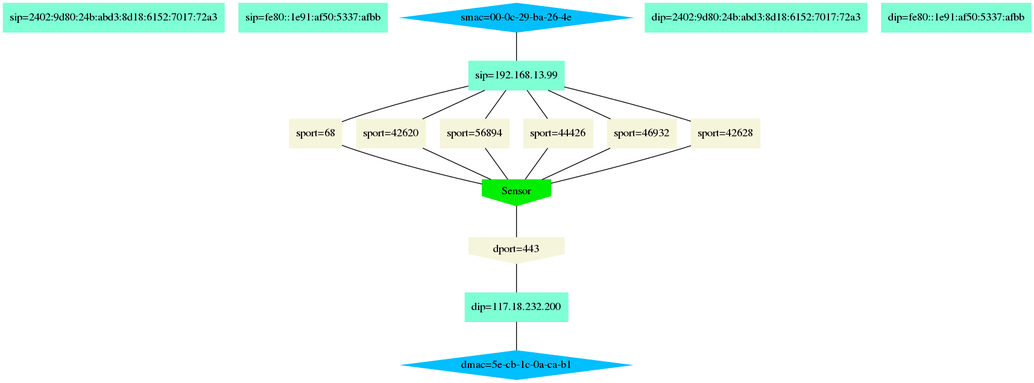
This is static/img/ingraphic.png from HuynhLeHoang/DoAn, a Graphviz export, as it was before one commit. Its source is kept beside it as static/img/ingraphic.gv.
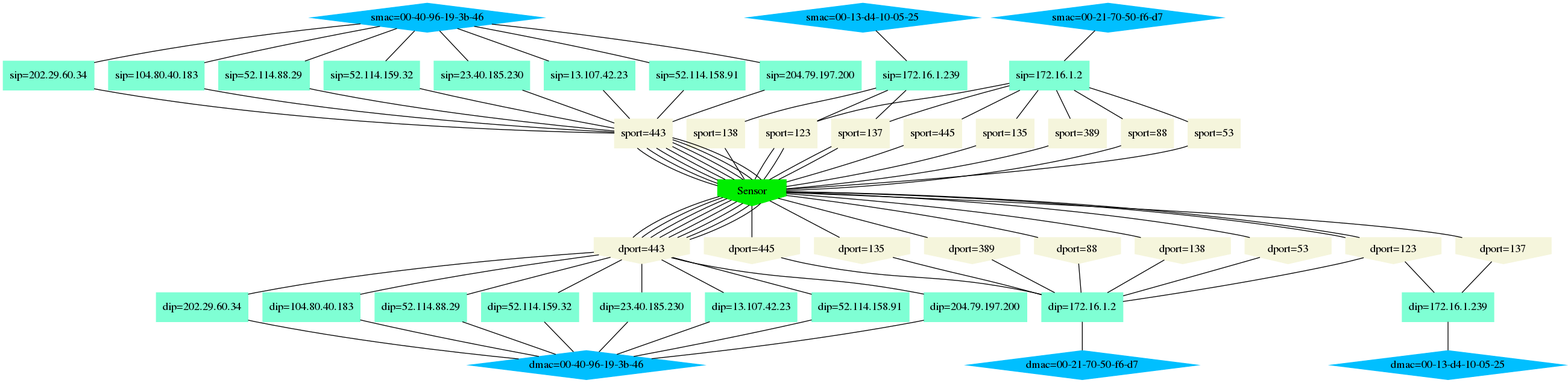
The same diagram one commit later.

What changed in the source:
```diff
@@ -1,34 +1,168 @@
 graph {
-	"sip=2402:9d80:24b:abd3:8d18:6152:7017:72a3" [label="sip=2402:9d80:24b:abd3:8d18:6152:7017:72a3" color=aquamarine shape=box style=filled]
-	"sip=fe80::1e91:af50:5337:afbb" [label="sip=fe80::1e91:af50:5337:afbb" color=aquamarine shape=box style=filled]
-	"sip=192.168.13.99" [label="sip=192.168.13.99" color=aquamarine shape=box style=filled]
+	"sip=23.40.185.230" [label="sip=23.40.185.230" color=aquamarine shape=box style=filled]
+	"sip=13.107.42.23" [label="sip=13.107.42.23" color=aquamarine shape=box style=filled]
+	"sip=52.114.158.91" [label="sip=52.114.158.91" color=aquamarine shape=box style=filled]
+	"sip=204.79.197.200" [label="sip=204.79.197.200" color=aquamarine shape=box style=filled]
+	"sip=202.29.60.34" [label="sip=202.29.60.34" color=aquamarine shape=box style=filled]
+	"sip=172.16.1.2" [label="sip=172.16.1.2" color=aquamarine shape=box style=filled]
+	"sip=172.16.1.239" [label="sip=172.16.1.239" color=aquamarine shape=box style=filled]
+	"sip=104.80.40.183" [label="sip=104.80.40.183" color=aquamarine shape=box style=filled]
+	"sip=52.114.88.29" [label="sip=52.114.88.29" color=aquamarine shape=box style=filled]
+	"sip=52.114.159.32" [label="sip=52.114.159.32" color=aquamarine shape=box style=filled]
 	Sensor [label=Sensor color=green2 shape=invhouse style=filled]
-	"dip=117.18.232.200" [label="dip=117.18.232.200" color=aquamarine shape=box style=filled]
-	"dip=2402:9d80:24b:abd3:8d18:6152:7017:72a3" [label="dip=2402:9d80:24b:abd3:8d18:6152:7017:72a3" color=aquamarine shape=box style=filled]
-	"dip=fe80::1e91:af50:5337:afbb" [label="dip=fe80::1e91:af50:5337:afbb" color=aquamarine shape=box style=filled]
-	"sport=68" [label="sport=68" color=beige shape=box style=filled]
-	"sip=192.168.13.99" -- "sport=68"
-	"sport=68" -- Sensor
-	"sport=42620" [label="sport=42620" color=beige shape=box style=filled]
-	"sip=192.168.13.99" -- "sport=42620"
-	"sport=42620" -- Sensor
-	"sport=56894" [label="sport=56894" color=beige shape=box style=filled]
-	"sip=192.168.13.99" -- "sport=56894"
-	"sport=56894" -- Sensor
-	"sport=44426" [label="sport=44426" color=beige shape=box style=filled]
-	"sip=192.168.13.99" -- "sport=44426"
-	"sport=44426" -- Sensor
-	"sport=46932" [label="sport=46932" color=beige shape=box style=filled]
-	"sip=192.168.13.99" -- "sport=46932"
-	"sport=46932" -- Sensor
-	"sport=42628" [label="sport=42628" color=beige shape=box style=filled]
-	"sip=192.168.13.99" -- "sport=42628"
-	"sport=42628" -- Sensor
+	"dip=23.40.185.230" [label="dip=23.40.185.230" color=aquamarine shape=box style=filled]
+	"dip=13.107.42.23" [label="dip=13.107.42.23" color=aquamarine shape=box style=filled]
+	"dip=52.114.158.91" [label="dip=52.114.158.91" color=aquamarine shape=box style=filled]
+	"dip=204.79.197.200" [label="dip=204.79.197.200" color=aquamarine shape=box style=filled]
+	"dip=202.29.60.34" [label="dip=202.29.60.34" color=aquamarine shape=box style=filled]
+	"dip=172.16.1.2" [label="dip=172.16.1.2" color=aquamarine shape=box style=filled]
+	"dip=172.16.1.239" [label="dip=172.16.1.239" color=aquamarine shape=box style=filled]
+	"dip=104.80.40.183" [label="dip=104.80.40.183" color=aquamarine shape=box style=filled]
+	"dip=52.114.88.29" [label="dip=52.114.88.29" color=aquamarine shape=box style=filled]
+	"dip=52.114.159.32" [label="dip=52.114.159.32" color=aquamarine shape=box style=filled]
+	"sport=443" [label="sport=443" color=beige shape=box style=filled]
+	"sip=104.80.40.183" -- "sport=443"
+	"sport=443" -- Sensor
+	"sport=138" [label="sport=138" color=beige shape=box style=filled]
+	"sip=172.16.1.239" -- "sport=138"
+	"sport=138" -- Sensor
+	"sport=137" [label="sport=137" color=beige shape=box style=filled]
+	"sip=172.16.1.2" -- "sport=137"
+	"sport=137" -- Sensor
+	"sport=443" [label="sport=443" color=beige shape=box style=filled]
+	"sip=52.114.88.29" -- "sport=443"
+	"sport=443" -- Sensor
+	"sport=443" [label="sport=443" color=beige shape=box style=filled]
+	"sip=52.114.158.91" -- "sport=443"
+	"sport=443" -- Sensor
+	"sport=443" [label="sport=443" color=beige shape=box style=filled]
+	"sip=23.40.185.230" -- "sport=443"
+	"sport=443" -- Sensor
+	"sport=443" [label="sport=443" color=beige shape=box style=filled]
+	"sip=204.79.197.200" -- "sport=443"
+	"sport=443" -- Sensor
+	"sport=443" [label="sport=443" color=beige shape=box style=filled]
+	"sip=13.107.42.23" -- "sport=443"
+	"sport=443" -- Sensor
+	"sport=443" [label="sport=443" color=beige shape=box style=filled]
+	"sip=52.114.159.32" -- "sport=443"
+	"sport=443" -- Sensor
+	"sport=88" [label="sport=88" color=beige shape=box style=filled]
+	"sip=172.16.1.2" -- "sport=88"
+	"sport=88" -- Sensor
+	"sport=53" [label="sport=53" color=beige shape=box style=filled]
+	"sip=172.16.1.2" -- "sport=53"
+	"sport=53" -- Sensor
+	"sport=137" [label="sport=137" color=beige shape=box style=filled]
+	"sip=172.16.1.239" -- "sport=137"
+	"sport=137" -- Sensor
+	"sport=443" [label="sport=443" color=beige shape=box style=filled]
+	"sip=202.29.60.34" -- "sport=443"
+	"sport=443" -- Sensor
+	"sport=445" [label="sport=445" color=beige shape=box style=filled]
+	"sip=172.16.1.2" -- "sport=445"
+	"sport=445" -- Sensor
+	"sport=135" [label="sport=135" color=beige shape=box style=filled]
+	"sip=172.16.1.2" -- "sport=135"
+	"sport=135" -- Sensor
+	"sport=389" [label="sport=389" color=beige shape=box style=filled]
+	"sip=172.16.1.2" -- "sport=389"
+	"sport=389" -- Sensor
+	"sport=123" [label="sport=123" color=beige shape=box style=filled]
+	"sip=172.16.1.239" -- "sport=123"
+	"sport=123" -- Sensor
+	"sport=123" [label="sport=123" color=beige shape=box style=filled]
+	"sip=172.16.1.2" -- "sport=123"
+	"sport=123" -- Sensor
 	"dport=443" [label="dport=443" color=beige shape=invhouse style=filled]
-	"dport=443" -- "dip=117.18.232.200"
+	"dport=443" -- "dip=104.80.40.183"
 	Sensor -- "dport=443"
-	"smac=00-0c-29-ba-26-4e" [label="smac=00-0c-29-ba-26-4e" color=deepskyblue shape=diamond style=filled]
-	"smac=00-0c-29-ba-26-4e" -- "sip=192.168.13.99"
-	"dmac=5e-cb-1c-0a-ca-b1" [label="dmac=5e-cb-1c-0a-ca-b1" color=deepskyblue shape=diamond style=filled]
-	"dip=117.18.232.200" -- "dmac=5e-cb-1c-0a-ca-b1"
+	"dport=443" [label="dport=443" color=beige shape=invhouse style=filled]
+	"dport=443" -- "dip=52.114.88.29"
+	Sensor -- "dport=443"
+	"dport=443" [label="dport=443" color=beige shape=invhouse style=filled]
+	"dport=443" -- "dip=52.114.158.91"
+	Sensor -- "dport=443"
+	"dport=443" [label="dport=443" color=beige shape=invhouse style=filled]
+	"dport=443" -- "dip=23.40.185.230"
+	Sensor -- "dport=443"
+	"dport=443" [label="dport=443" color=beige shape=invhouse style=filled]
+	"dport=443" -- "dip=204.79.197.200"
+	Sensor -- "dport=443"
+	"dport=443" [label="dport=443" color=beige shape=invhouse style=filled]
+	"dport=443" -- "dip=13.107.42.23"
+	Sensor -- "dport=443"
+	"dport=443" [label="dport=443" color=beige shape=invhouse style=filled]
+	"dport=443" -- "dip=52.114.159.32"
+	Sensor -- "dport=443"
+	"dport=88" [label="dport=88" color=beige shape=invhouse style=filled]
+	"dport=88" -- "dip=172.16.1.2"
+	Sensor -- "dport=88"
+	"dport=138" [label="dport=138" color=beige shape=invhouse style=filled]
+	"dport=138" -- "dip=172.16.1.2"
+	Sensor -- "dport=138"
+	"dport=53" [label="dport=53" color=beige shape=invhouse style=filled]
+	"dport=53" -- "dip=172.16.1.2"
+	Sensor -- "dport=53"
+	"dport=137" [label="dport=137" color=beige shape=invhouse style=filled]
+	"dport=137" -- "dip=172.16.1.239"
+	Sensor -- "dport=137"
+	"dport=443" [label="dport=443" color=beige shape=invhouse style=filled]
+	"dport=443" -- "dip=202.29.60.34"
+	Sensor -- "dport=443"
+	"dport=445" [label="dport=445" color=beige shape=invhouse style=filled]
+	"dport=445" -- "dip=172.16.1.2"
+	Sensor -- "dport=445"
+	"dport=135" [label="dport=135" color=beige shape=invhouse style=filled]
+	"dport=135" -- "dip=172.16.1.2"
+	Sensor -- "dport=135"
+	"dport=389" [label="dport=389" color=beige shape=invhouse style=filled]
+	"dport=389" -- "dip=172.16.1.2"
+	Sensor -- "dport=389"
+	"dport=123" [label="dport=123" color=beige shape=invhouse style=filled]
+	"dport=123" -- "dip=172.16.1.239"
+	Sensor -- "dport=123"
+	"dport=123" [label="dport=123" color=beige shape=invhouse style=filled]
+	"dport=123" -- "dip=172.16.1.2"
+	Sensor -- "dport=123"
+	"smac=00-13-d4-10-05-25" [label="smac=00-13-d4-10-05-25" color=deepskyblue shape=diamond style=filled]
+	"smac=00-13-d4-10-05-25" -- "sip=172.16.1.239"
+	"dmac=00-13-d4-10-05-25" [label="dmac=00-13-d4-10-05-25" color=deepskyblue shape=diamond style=filled]
+	"dip=172.16.1.239" -- "dmac=00-13-d4-10-05-25"
+	"smac=00-21-70-50-f6-d7" [label="smac=00-21-70-50-f6-d7" color=deepskyblue shape=diamond style=filled]
+	"smac=00-21-70-50-f6-d7" -- "sip=172.16.1.2"
+	"dmac=00-21-70-50-f6-d7" [label="dmac=00-21-70-50-f6-d7" color=deepskyblue shape=diamond style=filled]
+	"dip=172.16.1.2" -- "dmac=00-21-70-50-f6-d7"
+	"smac=00-40-96-19-3b-46" [label="smac=00-40-96-19-3b-46" color=deepskyblue shape=diamond style=filled]
+	"smac=00-40-96-19-3b-46" -- "sip=52.114.158.91"
+	"dmac=00-40-96-19-3b-46" [label="dmac=00-40-96-19-3b-46" color=deepskyblue shape=diamond style=filled]
+	"dip=52.114.158.91" -- "dmac=00-40-96-19-3b-46"
+	"smac=00-40-96-19-3b-46" [label="smac=00-40-96-19-3b-46" color=deepskyblue shape=diamond style=filled]
+	"smac=00-40-96-19-3b-46" -- "sip=52.114.88.29"
+	"dmac=00-40-96-19-3b-46" [label="dmac=00-40-96-19-3b-46" color=deepskyblue shape=diamond style=filled]
+	"dip=52.114.88.29" -- "dmac=00-40-96-19-3b-46"
+	"smac=00-40-96-19-3b-46" [label="smac=00-40-96-19-3b-46" color=deepskyblue shape=diamond style=filled]
+	"smac=00-40-96-19-3b-46" -- "sip=204.79.197.200"
+	"dmac=00-40-96-19-3b-46" [label="dmac=00-40-96-19-3b-46" color=deepskyblue shape=diamond style=filled]
+	"dip=204.79.197.200" -- "dmac=00-40-96-19-3b-46"
+	"smac=00-40-96-19-3b-46" [label="smac=00-40-96-19-3b-46" color=deepskyblue shape=diamond style=filled]
+	"smac=00-40-96-19-3b-46" -- "sip=13.107.42.23"
+	"dmac=00-40-96-19-3b-46" [label="dmac=00-40-96-19-3b-46" color=deepskyblue shape=diamond style=filled]
+	"dip=13.107.42.23" -- "dmac=00-40-96-19-3b-46"
+	"smac=00-40-96-19-3b-46" [label="smac=00-40-96-19-3b-46" color=deepskyblue shape=diamond style=filled]
+	"smac=00-40-96-19-3b-46" -- "sip=23.40.185.230"
+	"dmac=00-40-96-19-3b-46" [label="dmac=00-40-96-19-3b-46" color=deepskyblue shape=diamond style=filled]
+	"dip=23.40.185.230" -- "dmac=00-40-96-19-3b-46"
+	"smac=00-40-96-19-3b-46" [label="smac=00-40-96-19-3b-46" color=deepskyblue shape=diamond style=filled]
+	"smac=00-40-96-19-3b-46" -- "sip=52.114.159.32"
+	"dmac=00-40-96-19-3b-46" [label="dmac=00-40-96-19-3b-46" color=deepskyblue shape=diamond style=filled]
+	"dip=52.114.159.32" -- "dmac=00-40-96-19-3b-46"
+	"smac=00-40-96-19-3b-46" [label="smac=00-40-96-19-3b-46" color=deepskyblue shape=diamond style=filled]
+	"smac=00-40-96-19-3b-46" -- "sip=104.80.40.183"
+	"dmac=00-40-96-19-3b-46" [label="dmac=00-40-96-19-3b-46" color=deepskyblue shape=diamond style=filled]
+	"dip=104.80.40.183" -- "dmac=00-40-96-19-3b-46"
+	"smac=00-40-96-19-3b-46" [label="smac=00-40-96-19-3b-46" color=deepskyblue shape=diamond style=filled]
+	"smac=00-40-96-19-3b-46" -- "sip=202.29.60.34"
+	"dmac=00-40-96-19-3b-46" [label="dmac=00-40-96-19-3b-46" color=deepskyblue shape=diamond style=filled]
+	"dip=202.29.60.34" -- "dmac=00-40-96-19-3b-46"
 }
```
